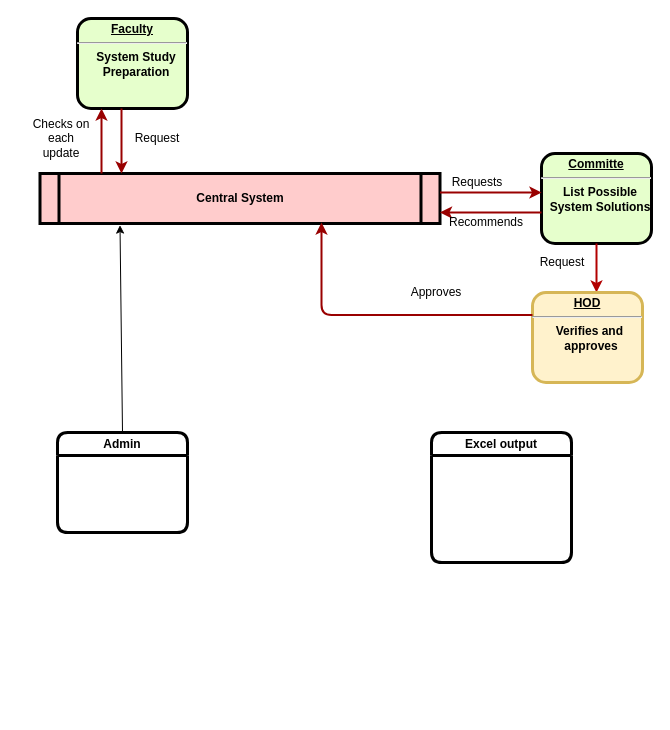
JeevanIITH/swe-srs keeps this draw.io diagram as Untitled Diagram.drawio. Above is the earlier version. Source tidied: cells renumbered, new cells numbered last; positions are measured from the earlier drawing's top-left corner, leaving out a move shared by most shapes. Both pictures are drawn from the tidied source at 100%, with x=0, y=0 at pixel (31, 18).
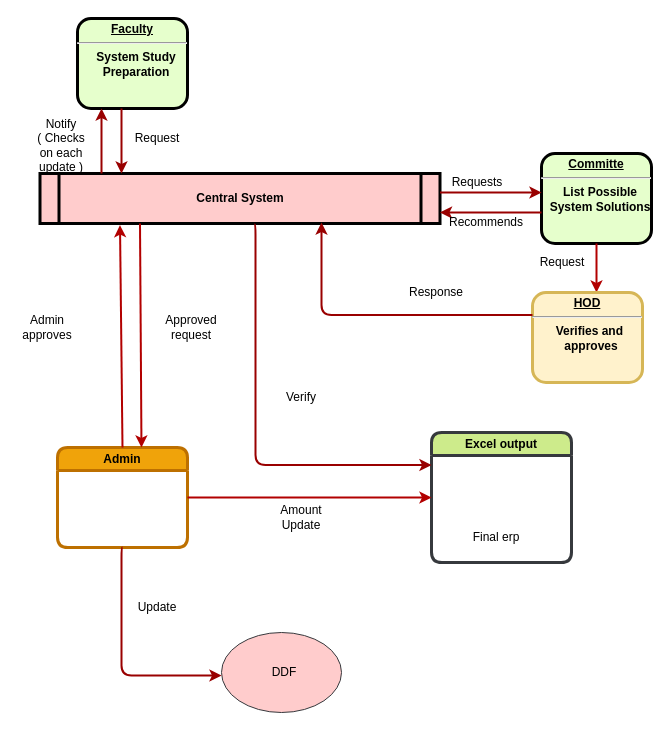
Above is the later version.

Unchanged cells that the change refers to:
```xml
<mxCell id="3" value="Central System" style="shape=process;whiteSpace=wrap;align=center;verticalAlign=middle;size=0.0475;fontStyle=1;strokeWidth=3;fillColor=#FFCCCC;" parent="1" vertex="1">
  <mxGeometry x="8.5" y="155" width="400" height="50" as="geometry" />
</mxCell>
```

Diff of the diagram source:
```diff
@@
-    <mxCell id="14" value="Approves" style="text;html=1;strokeColor=none;fillColor=none;align=center;verticalAlign=middle;whiteSpace=wrap;rounded=0;" parent="1" vertex="1">
+    <mxCell id="14" value="Response" style="text;html=1;strokeColor=none;fillColor=none;align=center;verticalAlign=middle;whiteSpace=wrap;rounded=0;" parent="1" vertex="1">
       <mxGeometry x="375" y="259" width="60" height="30" as="geometry" />
     </mxCell>
@@
-    <mxCell id="16" value="Checks on each update" style="text;html=1;strokeColor=none;fillColor=none;align=center;verticalAlign=middle;whiteSpace=wrap;rounded=0;" parent="1" vertex="1">
+    <mxCell id="16" value="&lt;br&gt;Notify &lt;br&gt;( Checks on each update )" style="text;html=1;strokeColor=none;fillColor=none;align=center;verticalAlign=middle;whiteSpace=wrap;rounded=0;" parent="1" vertex="1">
       <mxGeometry y="105" width="60" height="30" as="geometry" />
     </mxCell>
@@
-    <mxCell id="18" value="Admin" style="swimlane;whiteSpace=wrap;html=1;strokeWidth=3;rounded=1;swimlaneLine=1;perimeterSpacing=0;" parent="1" vertex="1">
-      <mxGeometry x="26" y="414" width="130" height="100" as="geometry" />
+    <mxCell id="18" value="Admin" style="swimlane;whiteSpace=wrap;html=1;strokeWidth=3;rounded=1;swimlaneLine=1;perimeterSpacing=0;fillColor=#f0a30a;fontColor=#000000;strokeColor=#BD7000;" parent="1" vertex="1">
+      <mxGeometry x="26" y="429" width="130" height="100" as="geometry" />
     </mxCell>
-    <mxCell id="19" value="Excel output" style="swimlane;whiteSpace=wrap;html=1;rounded=1;strokeWidth=3;" parent="1" vertex="1">
+    <mxCell id="19" value="Excel output" style="swimlane;whiteSpace=wrap;html=1;rounded=1;strokeWidth=3;fillColor=#cdeb8b;strokeColor=#36393d;" parent="1" vertex="1">
       <mxGeometry x="400" y="414" width="140" height="130" as="geometry" />
     </mxCell>
+    <mxCell id="21" value="Final erp" style="text;html=1;strokeColor=none;fillColor=none;align=center;verticalAlign=middle;whiteSpace=wrap;rounded=0;" parent="19" vertex="1">
+      <mxGeometry x="35" y="90" width="60" height="30" as="geometry" />
+    </mxCell>
-    <mxCell id="20" style="endArrow=classic;html=1;rounded=0;strokeWidth=1;entryX=0.2;entryY=1.032;entryDx=0;entryDy=0;entryPerimeter=0;exitX=0.5;exitY=0;exitDx=0;exitDy=0;" parent="1" edge="1" source="18" target="3">
+    <mxCell id="20" style="endArrow=classic;html=1;rounded=0;strokeWidth=2;entryX=0.2;entryY=1.032;entryDx=0;entryDy=0;entryPerimeter=0;exitX=0.5;exitY=0;exitDx=0;exitDy=0;fillColor=#e51400;strokeColor=#B20000;" parent="1" edge="1" source="18" target="3">
       <mxGeometry relative="1" as="geometry" />
     </mxCell>
+    <mxCell id="22" style="endArrow=classic;html=1;rounded=0;entryX=0.646;entryY=0;entryDx=0;entryDy=0;exitX=0.25;exitY=1;exitDx=0;exitDy=0;entryPerimeter=0;strokeWidth=2;fillColor=#e51400;strokeColor=#B20000;" parent="1" edge="1" source="3" target="18">
+      <mxGeometry relative="1" as="geometry" />
+    </mxCell>
+    <mxCell id="23" value="Approved request" style="text;html=1;strokeColor=none;fillColor=none;align=center;verticalAlign=middle;whiteSpace=wrap;rounded=0;" parent="1" vertex="1">
+      <mxGeometry x="130" y="294" width="60" height="30" as="geometry" />
+    </mxCell>
+    <mxCell id="24" value="Admin approves" style="text;html=1;strokeColor=none;fillColor=none;align=center;verticalAlign=middle;whiteSpace=wrap;rounded=0;" parent="1" vertex="1">
+      <mxGeometry x="-14" y="294" width="60" height="30" as="geometry" />
+    </mxCell>
+    <mxCell id="25" style="ellipse;whiteSpace=wrap;html=1;fillColor=#ffcccc;strokeColor=#36393d;" parent="1" vertex="1">
+      <mxGeometry x="190" y="614" width="120" height="80" as="geometry" />
+    </mxCell>
+    <mxCell id="26" style="endArrow=classic;html=1;rounded=0;strokeWidth=2;entryX=0;entryY=0.5;entryDx=0;entryDy=0;exitX=1;exitY=0.5;exitDx=0;exitDy=0;fillColor=#e51400;strokeColor=#B20000;" parent="1" edge="1" source="18" target="19">
+      <mxGeometry relative="1" as="geometry" />
+    </mxCell>
+    <mxCell id="27" value="Amount Update" style="text;html=1;strokeColor=none;fillColor=none;align=center;verticalAlign=middle;whiteSpace=wrap;rounded=0;" parent="1" vertex="1">
+      <mxGeometry x="240" y="484" width="60" height="30" as="geometry" />
+    </mxCell>
+    <mxCell id="28" value="DDF" style="text;html=1;strokeColor=none;fillColor=none;align=center;verticalAlign=middle;whiteSpace=wrap;rounded=0;" parent="1" vertex="1">
+      <mxGeometry x="223" y="639" width="60" height="30" as="geometry" />
+    </mxCell>
+    <mxCell id="29" style="edgeStyle=elbowEdgeStyle;elbow=horizontal;strokeColor=#990000;strokeWidth=2;exitX=0.5;exitY=1;exitDx=0;exitDy=0;" parent="1" edge="1" source="18">
+      <mxGeometry relative="1" as="geometry">
+        <mxPoint x="190" y="657" as="targetPoint" />
+        <Array as="points">
+          <mxPoint x="90" y="604" />
+          <mxPoint x="9" y="674" />
+          <mxPoint x="-21" y="614" />
+        </Array>
+      </mxGeometry>
+    </mxCell>
+    <mxCell id="30" value="Update" style="text;html=1;strokeColor=none;fillColor=none;align=center;verticalAlign=middle;whiteSpace=wrap;rounded=0;" parent="1" vertex="1">
+      <mxGeometry x="96" y="574" width="60" height="30" as="geometry" />
+    </mxCell>
+    <mxCell id="31" style="edgeStyle=elbowEdgeStyle;elbow=horizontal;strokeColor=#990000;strokeWidth=2;exitX=0.536;exitY=1.022;exitDx=0;exitDy=0;entryX=0;entryY=0.25;entryDx=0;entryDy=0;exitPerimeter=0;" parent="1" edge="1" source="3" target="19">
+      <mxGeometry relative="1" as="geometry">
+        <Array as="points">
+          <mxPoint x="224" y="344" />
+          <mxPoint x="450" y="344" />
+          <mxPoint x="254" y="382.5" />
+          <mxPoint x="224" y="322.5" />
+        </Array>
+      </mxGeometry>
+    </mxCell>
+    <mxCell id="32" value="Verify" style="text;html=1;strokeColor=none;fillColor=none;align=center;verticalAlign=middle;whiteSpace=wrap;rounded=0;" parent="1" vertex="1">
+      <mxGeometry x="240" y="364" width="60" height="30" as="geometry" />
+    </mxCell>
```
